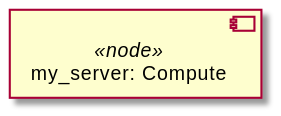
The PlantUML diagram examples/ariatosca/diagrams/uml2/compute-1-1.0-uml2-component-diagram1.svg in Orange-OpenSource/Cloudnet-TOSCA-toolbox, before a commit.
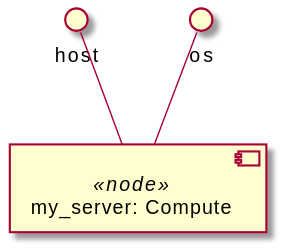
Later version of the same file.

Change to the diagram source:
```diff
@@ -1,8 +1,10 @@
 @startuml
 skinparam componentStyle uml2
 
-together {
 component "my_server: Compute" <<node>> as node_my_server
-}
+interface "host" as node_my_server_host
+node_my_server_host -- node_my_server
+interface "os" as node_my_server_os
+node_my_server_os -- node_my_server
 
 @enduml
```
